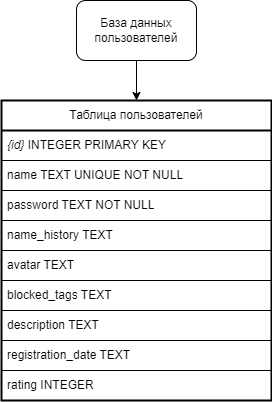
Above: server/doc/source/images/users.drawio.png in abnormalize0/DailyTeleFrog (draw.io), before the change. Source tidied: cells renumbered, new cells last; positions are measured from the earlier drawing's top-left corner, leaving out a move shared by most shapes.
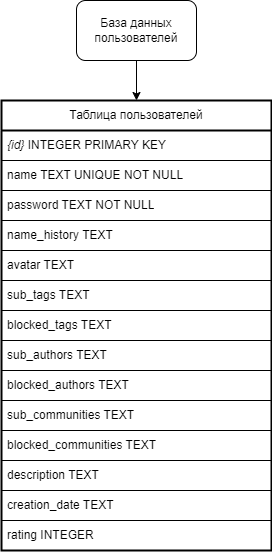
Above is the later version.

What changed in the source:
```diff
@@ -9,7 +9,7 @@
       <mxGeometry x="75" width="120" height="60" as="geometry" />
     </mxCell>
     <mxCell id="4" value="Таблица пользователей" style="swimlane;fontStyle=0;horizontal=1;startSize=30;whiteSpace=wrap;html=1;swimlaneLine=1;glass=0;strokeWidth=2;" parent="1" vertex="1">
-      <mxGeometry y="100" width="270" height="300" as="geometry" />
+      <mxGeometry y="100" width="270" height="450" as="geometry" />
     </mxCell>
     <mxCell id="5" value="&lt;i&gt;{id}&lt;/i&gt; INTEGER PRIMARY KEY" style="text;strokeColor=default;fillColor=none;align=left;verticalAlign=middle;spacingLeft=4;spacingRight=4;overflow=hidden;whiteSpace=wrap;html=1;labelBorderColor=none;" parent="4" vertex="1">
       <mxGeometry y="30" width="270" height="30" as="geometry" />
@@ -26,17 +26,32 @@
     <mxCell id="9" value="avatar TEXT" style="text;strokeColor=default;fillColor=none;align=left;verticalAlign=middle;spacingLeft=4;spacingRight=4;overflow=hidden;whiteSpace=wrap;html=1;" parent="4" vertex="1">
       <mxGeometry y="150" width="270" height="30" as="geometry" />
     </mxCell>
-    <mxCell id="10" value="blocked_tags TEXT" style="text;strokeColor=default;fillColor=none;align=left;verticalAlign=middle;spacingLeft=4;spacingRight=4;overflow=hidden;whiteSpace=wrap;html=1;" parent="4" vertex="1">
+    <mxCell id="10" value="sub_tags TEXT" style="text;strokeColor=default;fillColor=none;align=left;verticalAlign=middle;spacingLeft=4;spacingRight=4;overflow=hidden;whiteSpace=wrap;html=1;" parent="4" vertex="1">
       <mxGeometry y="180" width="270" height="30" as="geometry" />
     </mxCell>
+    <mxCell id="14" value="blocked_tags TEXT" style="text;strokeColor=default;fillColor=none;align=left;verticalAlign=middle;spacingLeft=4;spacingRight=4;overflow=hidden;whiteSpace=wrap;html=1;" parent="4" vertex="1">
+      <mxGeometry y="210" width="270" height="30" as="geometry" />
+    </mxCell>
+    <mxCell id="15" value="sub_authors TEXT" style="text;strokeColor=default;fillColor=none;align=left;verticalAlign=middle;spacingLeft=4;spacingRight=4;overflow=hidden;whiteSpace=wrap;html=1;" parent="4" vertex="1">
+      <mxGeometry y="240" width="270" height="30" as="geometry" />
+    </mxCell>
+    <mxCell id="16" value="blocked_authors TEXT" style="text;strokeColor=default;fillColor=none;align=left;verticalAlign=middle;spacingLeft=4;spacingRight=4;overflow=hidden;whiteSpace=wrap;html=1;" parent="4" vertex="1">
+      <mxGeometry y="270" width="270" height="30" as="geometry" />
+    </mxCell>
+    <mxCell id="17" value="sub_communities TEXT" style="text;strokeColor=default;fillColor=none;align=left;verticalAlign=middle;spacingLeft=4;spacingRight=4;overflow=hidden;whiteSpace=wrap;html=1;" parent="4" vertex="1">
+      <mxGeometry y="300" width="270" height="30" as="geometry" />
+    </mxCell>
+    <mxCell id="18" value="blocked_communities&amp;nbsp;TEXT" style="text;strokeColor=default;fillColor=none;align=left;verticalAlign=middle;spacingLeft=4;spacingRight=4;overflow=hidden;whiteSpace=wrap;html=1;" parent="4" vertex="1">
+      <mxGeometry y="330" width="270" height="30" as="geometry" />
+    </mxCell>
     <mxCell id="11" value="description TEXT" style="text;strokeColor=default;fillColor=none;align=left;verticalAlign=middle;spacingLeft=4;spacingRight=4;overflow=hidden;whiteSpace=wrap;html=1;" parent="4" vertex="1">
-      <mxGeometry y="210" width="270" height="30" as="geometry" />
+      <mxGeometry y="360" width="270" height="30" as="geometry" />
     </mxCell>
-    <mxCell id="12" value="registration_date TEXT" style="text;strokeColor=default;fillColor=none;align=left;verticalAlign=middle;spacingLeft=4;spacingRight=4;overflow=hidden;whiteSpace=wrap;html=1;" parent="4" vertex="1">
-      <mxGeometry y="240" width="270" height="30" as="geometry" />
+    <mxCell id="12" value="creation_date TEXT" style="text;strokeColor=default;fillColor=none;align=left;verticalAlign=middle;spacingLeft=4;spacingRight=4;overflow=hidden;whiteSpace=wrap;html=1;" parent="4" vertex="1">
+      <mxGeometry y="390" width="270" height="30" as="geometry" />
     </mxCell>
     <mxCell id="13" value="rating INTEGER" style="text;strokeColor=default;fillColor=none;align=left;verticalAlign=middle;spacingLeft=4;spacingRight=4;overflow=hidden;whiteSpace=wrap;html=1;" parent="4" vertex="1">
-      <mxGeometry y="270" width="270" height="30" as="geometry" />
+      <mxGeometry y="420" width="270" height="30" as="geometry" />
     </mxCell>
   </root>
 </mxGraphModel>
```
